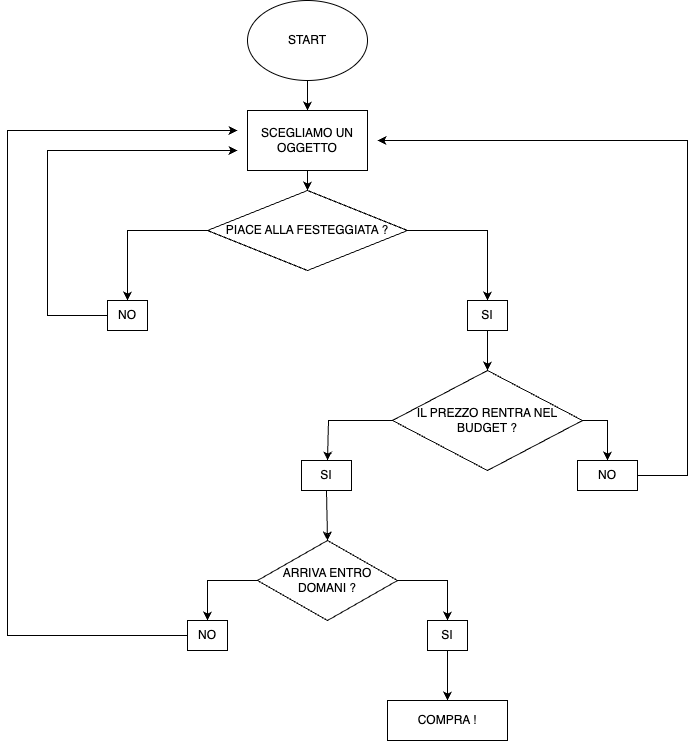
This is diagramma.png from LorenzoEmanuele00/human-code, a draw.io export, as it was before one commit. Source tidied: cells renumbered, new cells last; positions are measured from the earlier drawing's top-left corner, leaving out a move shared by most shapes.
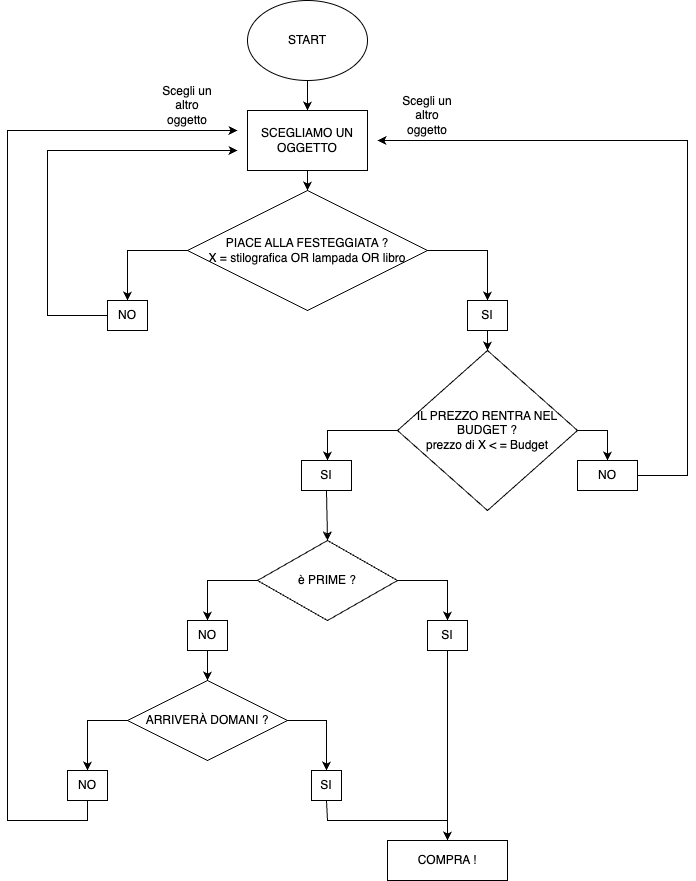
After the change.

The edit, as a diff of the source:
```diff
@@ -5,14 +5,14 @@
     <mxCell id="2" value="START" style="ellipse;whiteSpace=wrap;html=1;" parent="1" vertex="1">
       <mxGeometry x="240" width="120" height="80" as="geometry" />
     </mxCell>
-    <mxCell id="3" value="PIACE ALLA FESTEGGIATA ?" style="rhombus;whiteSpace=wrap;html=1;" parent="1" vertex="1">
-      <mxGeometry x="200" y="190" width="200" height="80" as="geometry" />
+    <mxCell id="3" value="PIACE ALLA FESTEGGIATA ?&lt;br&gt;X = stilografica OR lampada OR libro" style="rhombus;whiteSpace=wrap;html=1;" parent="1" vertex="1">
+      <mxGeometry x="180" y="190" width="240" height="120" as="geometry" />
     </mxCell>
     <mxCell id="4" style="endArrow=classic;html=1;rounded=0;exitX=0;exitY=0.5;exitDx=0;exitDy=0;" parent="1" edge="1" source="3">
       <mxGeometry relative="1" as="geometry">
         <mxPoint x="120" y="300" as="targetPoint" />
         <Array as="points">
-          <mxPoint x="120" y="230" />
+          <mxPoint x="120" y="250" />
         </Array>
       </mxGeometry>
     </mxCell>
@@ -32,7 +32,7 @@
       <mxGeometry relative="1" as="geometry">
         <mxPoint x="480" y="300" as="targetPoint" />
         <Array as="points">
-          <mxPoint x="480" y="230" />
+          <mxPoint x="480" y="250" />
         </Array>
       </mxGeometry>
     </mxCell>
@@ -42,8 +42,8 @@
     <mxCell id="9" value="SI" style="rounded=0;whiteSpace=wrap;html=1;" parent="1" vertex="1">
       <mxGeometry x="294" y="460" width="50" height="30" as="geometry" />
     </mxCell>
-    <mxCell id="10" value="IL PREZZO RENTRA NEL BUDGET ?" style="rhombus;whiteSpace=wrap;html=1;" parent="1" vertex="1">
-      <mxGeometry x="385" y="370" width="190" height="100" as="geometry" />
+    <mxCell id="10" value="IL PREZZO RENTRA NEL BUDGET ?&lt;br&gt;prezzo di X &amp;lt; = Budget" style="rhombus;whiteSpace=wrap;html=1;" parent="1" vertex="1">
+      <mxGeometry x="390" y="350" width="180" height="160" as="geometry" />
     </mxCell>
     <mxCell id="11" style="endArrow=classic;html=1;rounded=0;exitX=0.5;exitY=1;exitDx=0;exitDy=0;entryX=0.5;entryY=0;entryDx=0;entryDy=0;" parent="1" edge="1" source="8" target="10">
       <mxGeometry relative="1" as="geometry" />
@@ -52,7 +52,7 @@
       <mxGeometry relative="1" as="geometry">
         <mxPoint x="320" y="460" as="targetPoint" />
         <Array as="points">
-          <mxPoint x="321" y="420" />
+          <mxPoint x="320" y="430" />
         </Array>
       </mxGeometry>
     </mxCell>
@@ -76,11 +76,11 @@
     <mxCell id="16" style="endArrow=classic;html=1;rounded=0;exitX=1;exitY=0.5;exitDx=0;exitDy=0;entryX=0.5;entryY=0;entryDx=0;entryDy=0;" parent="1" edge="1" source="10" target="15">
       <mxGeometry relative="1" as="geometry">
         <Array as="points">
-          <mxPoint x="600" y="420" />
+          <mxPoint x="600" y="430" />
         </Array>
       </mxGeometry>
     </mxCell>
-    <mxCell id="17" value="ARRIVA ENTRO DOMANI ?" style="rhombus;whiteSpace=wrap;html=1;" parent="1" vertex="1">
+    <mxCell id="17" value="è PRIME ?" style="rhombus;whiteSpace=wrap;html=1;" parent="1" vertex="1">
       <mxGeometry x="250" y="540" width="140" height="80" as="geometry" />
     </mxCell>
     <mxCell id="18" style="endArrow=classic;html=1;rounded=0;exitX=0.5;exitY=1;exitDx=0;exitDy=0;entryX=0.5;entryY=0;entryDx=0;entryDy=0;" parent="1" edge="1" source="9" target="17">
@@ -111,23 +111,66 @@
     <mxCell id="23" style="endArrow=classic;html=1;rounded=0;exitX=0.5;exitY=1;exitDx=0;exitDy=0;entryX=0.5;entryY=0;entryDx=0;entryDy=0;" parent="1" edge="1" source="14" target="3">
       <mxGeometry relative="1" as="geometry" />
     </mxCell>
-    <mxCell id="24" style="endArrow=classic;html=1;rounded=0;exitX=0;exitY=0.5;exitDx=0;exitDy=0;" parent="1" edge="1" source="21">
+    <mxCell id="24" style="endArrow=classic;html=1;rounded=0;exitX=0.5;exitY=1;exitDx=0;exitDy=0;" parent="1" edge="1" source="35">
       <mxGeometry relative="1" as="geometry">
         <mxPoint x="230" y="130" as="targetPoint" />
         <Array as="points">
-          <mxPoint y="635" />
+          <mxPoint x="80" y="820" />
+          <mxPoint y="820" />
           <mxPoint y="130" />
         </Array>
       </mxGeometry>
     </mxCell>
     <mxCell id="25" value="COMPRA !" style="rounded=0;whiteSpace=wrap;html=1;" parent="1" vertex="1">
-      <mxGeometry x="380" y="700" width="120" height="40" as="geometry" />
+      <mxGeometry x="380" y="840" width="120" height="40" as="geometry" />
     </mxCell>
-    <mxCell id="26" style="endArrow=classic;html=1;rounded=0;entryX=0.5;entryY=0;entryDx=0;entryDy=0;exitX=0.5;exitY=1;exitDx=0;exitDy=0;" parent="1" edge="1" source="22" target="25">
-      <mxGeometry relative="1" as="geometry" />
-    </mxCell>
     <mxCell id="27" style="endArrow=classic;html=1;rounded=0;exitX=0.5;exitY=1;exitDx=0;exitDy=0;entryX=0.5;entryY=0;entryDx=0;entryDy=0;" parent="1" edge="1" source="2" target="14">
       <mxGeometry relative="1" as="geometry" />
     </mxCell>
+    <mxCell id="28" value="Scegli un altro oggetto" style="text;html=1;strokeColor=none;fillColor=none;align=center;verticalAlign=middle;whiteSpace=wrap;rounded=0;" parent="1" vertex="1">
+      <mxGeometry x="390" y="100" width="60" height="30" as="geometry" />
+    </mxCell>
+    <mxCell id="29" value="Scegli un altro oggetto" style="text;html=1;strokeColor=none;fillColor=none;align=center;verticalAlign=middle;whiteSpace=wrap;rounded=0;" parent="1" vertex="1">
+      <mxGeometry x="150" y="90" width="60" height="30" as="geometry" />
+    </mxCell>
+    <mxCell id="30" value="ARRIVERÀ DOMANI ?&lt;br&gt;" style="rhombus;whiteSpace=wrap;html=1;" parent="1" vertex="1">
+      <mxGeometry x="120" y="680" width="160" height="80" as="geometry" />
+    </mxCell>
+    <mxCell id="31" style="endArrow=classic;html=1;rounded=0;entryX=0.5;entryY=0;entryDx=0;entryDy=0;exitX=1;exitY=0.5;exitDx=0;exitDy=0;entryPerimeter=0;" parent="1" edge="1" source="30" target="32">
+      <mxGeometry relative="1" as="geometry">
+        <Array as="points">
+          <mxPoint x="319" y="720" />
+        </Array>
+      </mxGeometry>
+    </mxCell>
+    <mxCell id="32" value="SI" style="rounded=0;whiteSpace=wrap;html=1;" parent="1" vertex="1">
+      <mxGeometry x="304" y="770" width="30" height="30" as="geometry" />
+    </mxCell>
+    <mxCell id="33" style="endArrow=classic;html=1;rounded=0;exitX=0.5;exitY=1;exitDx=0;exitDy=0;entryX=0.5;entryY=0;entryDx=0;entryDy=0;" parent="1" edge="1" source="32" target="25">
+      <mxGeometry relative="1" as="geometry">
+        <Array as="points">
+          <mxPoint x="320" y="820" />
+          <mxPoint x="440" y="820" />
+        </Array>
+      </mxGeometry>
+    </mxCell>
+    <mxCell id="34" style="endArrow=classic;html=1;rounded=0;exitX=0.5;exitY=1;exitDx=0;exitDy=0;entryX=0.5;entryY=0;entryDx=0;entryDy=0;" parent="1" edge="1" source="21" target="30">
+      <mxGeometry relative="1" as="geometry" />
+    </mxCell>
+    <mxCell id="35" value="NO" style="rounded=0;whiteSpace=wrap;html=1;" parent="1" vertex="1">
+      <mxGeometry x="60" y="770" width="40" height="30" as="geometry" />
+    </mxCell>
+    <mxCell id="36" style="endArrow=classic;html=1;rounded=0;exitX=0;exitY=0.5;exitDx=0;exitDy=0;entryX=0.5;entryY=0;entryDx=0;entryDy=0;" parent="1" edge="1" source="30" target="35">
+      <mxGeometry relative="1" as="geometry">
+        <Array as="points">
+          <mxPoint x="80" y="720" />
+        </Array>
+      </mxGeometry>
+    </mxCell>
+    <mxCell id="37" style="endArrow=classic;html=1;rounded=0;exitX=0.5;exitY=1;exitDx=0;exitDy=0;" parent="1" edge="1" source="22">
+      <mxGeometry relative="1" as="geometry">
+        <mxPoint x="440" y="840" as="targetPoint" />
+      </mxGeometry>
+    </mxCell>
   </root>
 </mxGraphModel>
```
